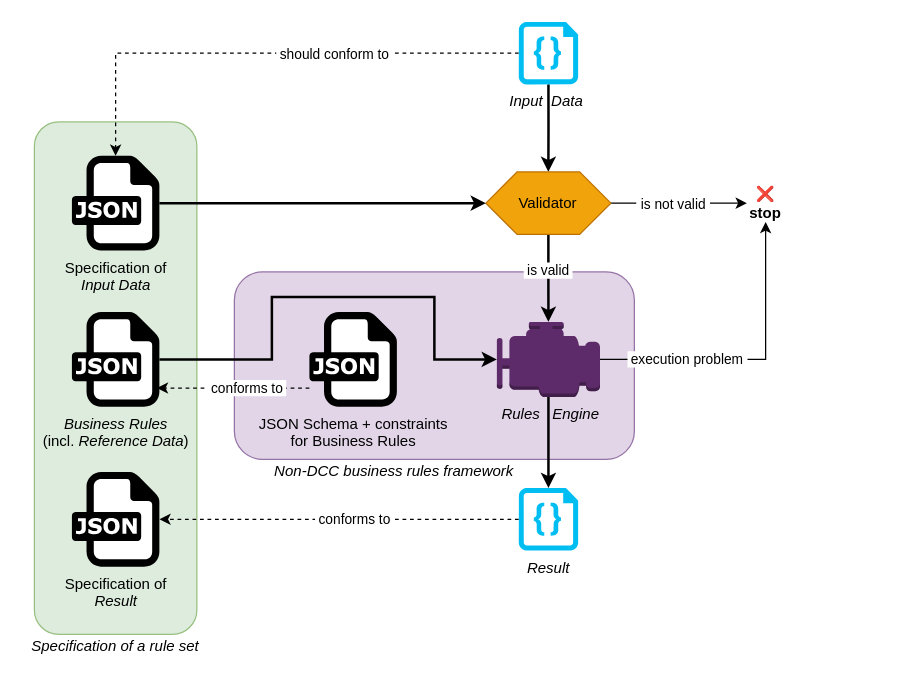
Before: docs/img/engine.drawio in dslmeinte/non-dcc-rules-prototype, a draw.io diagram. Source tidied: cells renumbered, new cells numbered last; positions are measured from the earlier drawing's top-left corner, leaving out a move shared by most shapes. Both pictures are drawn from the tidied source at 125%, with x=0, y=0 at pixel (21, 21).
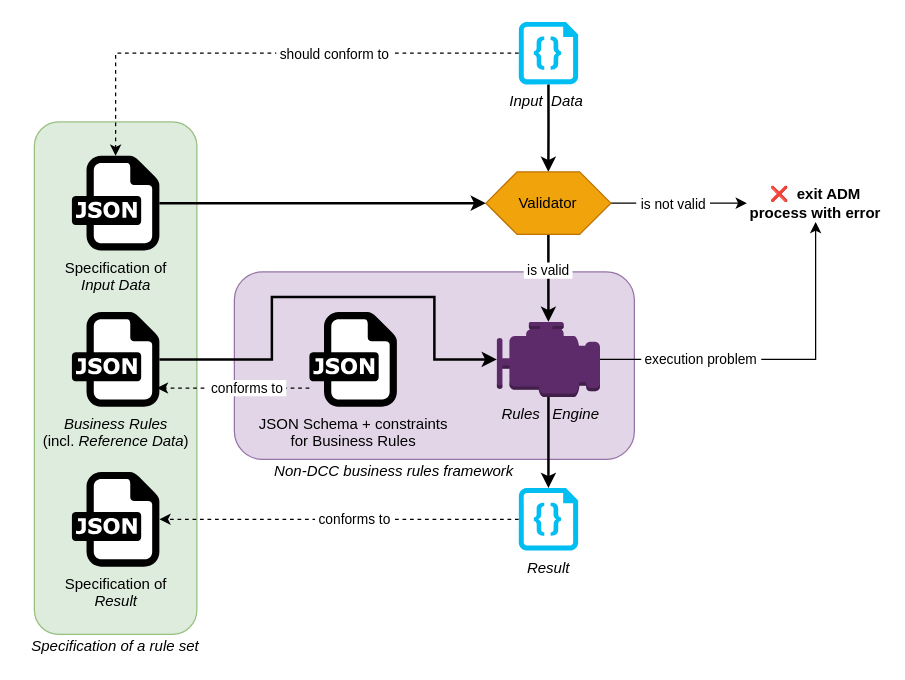
The same diagram, later.

Commit message (it also covers changes not shown here):
bring bomb use case in line with proposal's description + other small improvements

Change to the diagram source:
```diff
@@
-    <mxCell id="24" value="&lt;b&gt;❌ stop&lt;/b&gt;" style="text;html=1;strokeColor=none;fillColor=none;align=center;verticalAlign=middle;whiteSpace=wrap;rounded=0;opacity=80;" parent="1" vertex="1">
-      <mxGeometry x="580" y="130" width="30" height="30" as="geometry" />
+    <mxCell id="24" value="&lt;b&gt;❌&amp;nbsp; exit ADM process with error&lt;/b&gt;" style="text;html=1;strokeColor=none;fillColor=none;align=center;verticalAlign=middle;whiteSpace=wrap;rounded=0;opacity=80;" parent="1" vertex="1">
+      <mxGeometry x="580" y="130" width="110" height="30" as="geometry" />
     </mxCell>
```
